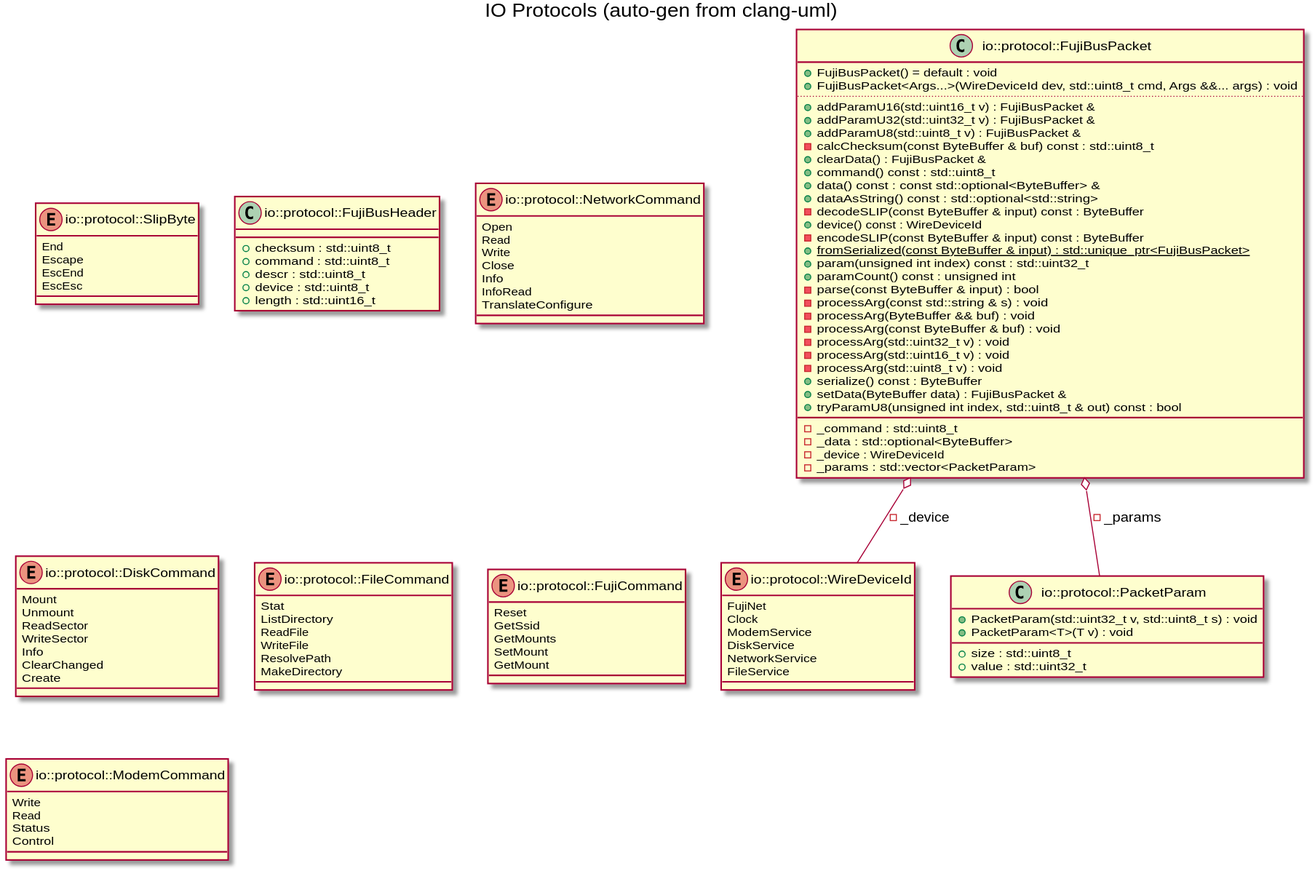
Above: docs/images/gen_io_protocol.svg in jeffpiep/fujinet-nio (PlantUML), before the change.
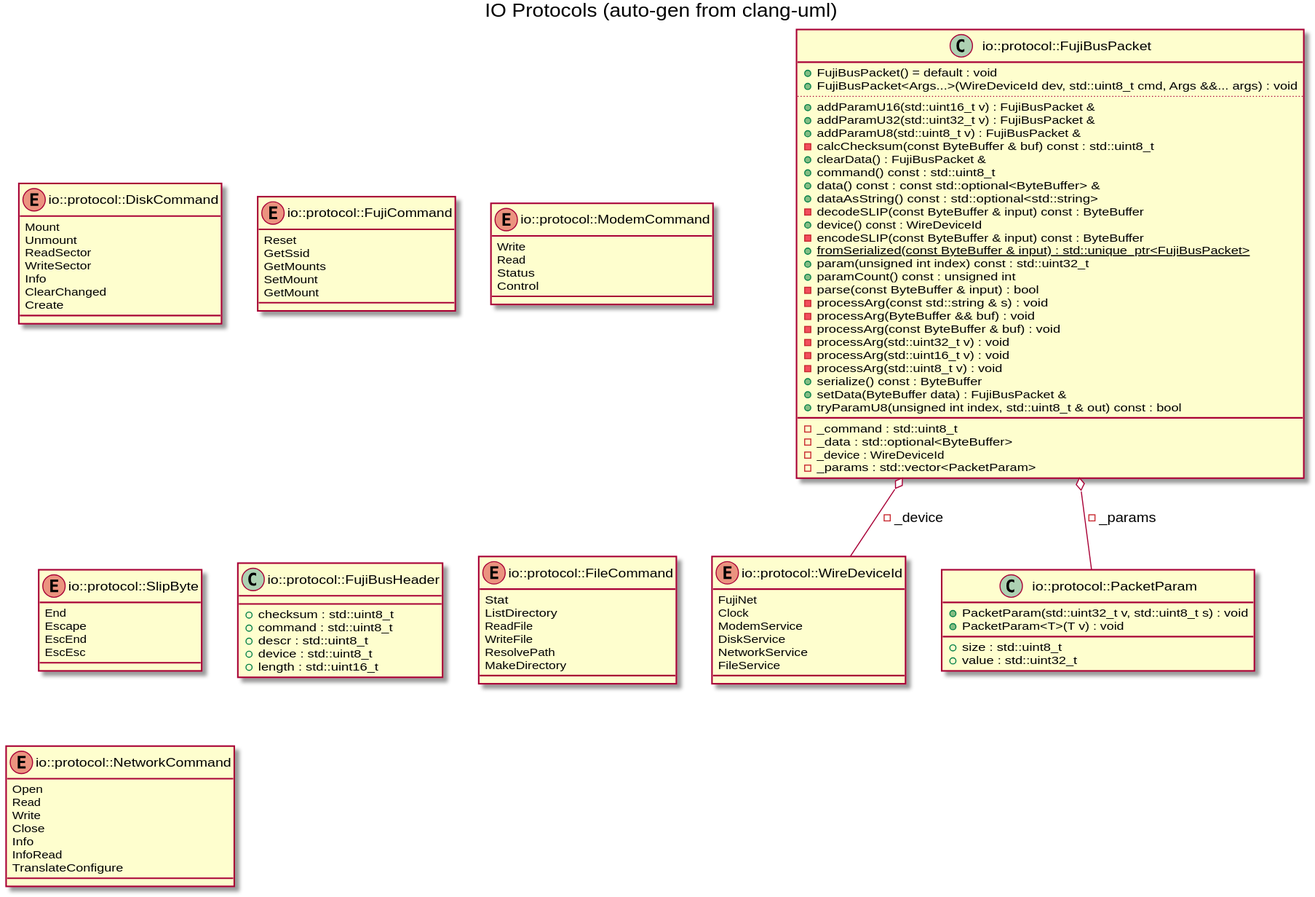
The same diagram one commit later.

Change to the diagram source:
```diff
@@ -8,6 +8,31 @@
 DiskService
 NetworkService
 FileService
+}
+enum "io::protocol::DiskCommand" as C_0015699043703645047876
+enum C_0015699043703645047876 {
+Mount
+Unmount
+ReadSector
+WriteSector
+Info
+ClearChanged
+Create
+}
+enum "io::protocol::FujiCommand" as C_0004628219160953719395
+enum C_0004628219160953719395 {
+Reset
+GetSsid
+GetMounts
+SetMount
+GetMount
+}
+enum "io::protocol::ModemCommand" as C_0010997942004027913014
+enum C_0010997942004027913014 {
+Write
+Read
+Status
+Control
 }
 enum "io::protocol::SlipByte" as C_0010627602090167488081
 enum C_0010627602090167488081 {
@@ -68,6 +93,15 @@
 +device : std::uint8_t
 +length : std::uint16_t
 }
+enum "io::protocol::FileCommand" as C_0003895064208135060769
+enum C_0003895064208135060769 {
+Stat
+ListDirectory
+ReadFile
+WriteFile
+ResolvePath
+MakeDirectory
+}
 enum "io::protocol::NetworkCommand" as C_0007700754280455587098
 enum C_0007700754280455587098 {
 Open
@@ -78,40 +112,6 @@
 InfoRead
 TranslateConfigure
 }
-enum "io::protocol::DiskCommand" as C_0015699043703645047876
-enum C_0015699043703645047876 {
-Mount
-Unmount
-ReadSector
-WriteSector
-Info
-ClearChanged
-Create
-}
-enum "io::protocol::FileCommand" as C_0003895064208135060769
-enum C_0003895064208135060769 {
-Stat
-ListDirectory
-ReadFile
-WriteFile
-ResolvePath
-MakeDirectory
-}
-enum "io::protocol::FujiCommand" as C_0004628219160953719395
-enum C_0004628219160953719395 {
-Reset
-GetSsid
-GetMounts
-SetMount
-GetMount
-}
-enum "io::protocol::ModemCommand" as C_0010997942004027913014
-enum C_0010997942004027913014 {
-Write
-Read
-Status
-Control
-}
 C_0017232777488057089840 o-- C_0015225225004340369839 : -_device
 C_0017232777488057089840 o-- C_0003277087640557799971 : -_params
 
```
